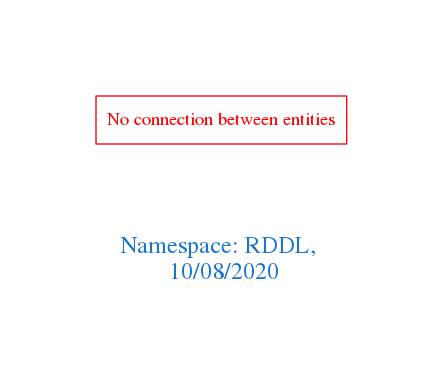
Before: downloads/RDDL.png, a diagram exported from Graphviz (arago/OGIT). Its source is kept beside it as downloads/RDDL.dot.
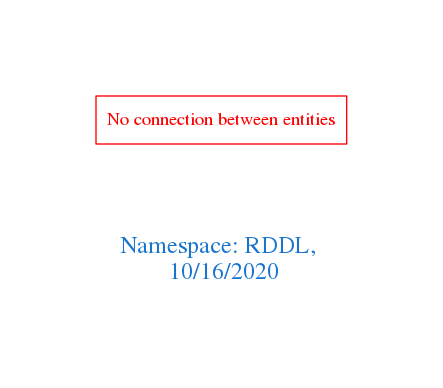
The same diagram one commit later.

Diff of the diagram source:
```diff
@@ -1,7 +1,7 @@
 digraph OGIT_ontology {
  graph [ rankdir= LR,pad=1
 fontsize = 18,
-fontcolor= dodgerblue3,label = "\n\n\nNamespace: RDDL, \n 10/08/2020"];
+fontcolor= dodgerblue3,label = "\n\n\nNamespace: RDDL, \n 10/16/2020"];
 node[shape=polygon];
 edge [  color="gray81"];
 
```
